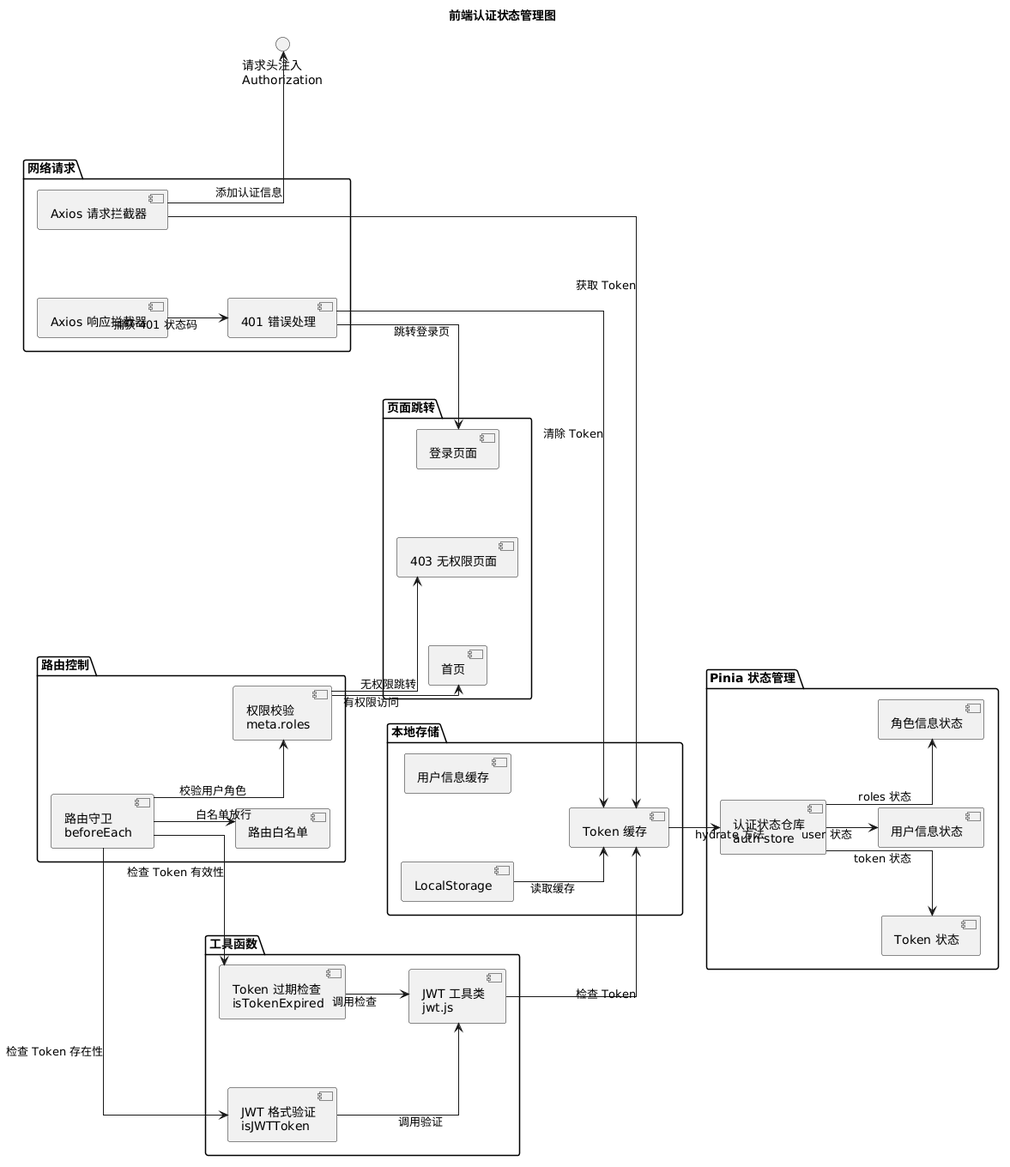
Before: docs/arch-frontend-auth.png, a diagram exported from PlantUML (RYELOBE/hmapp01).
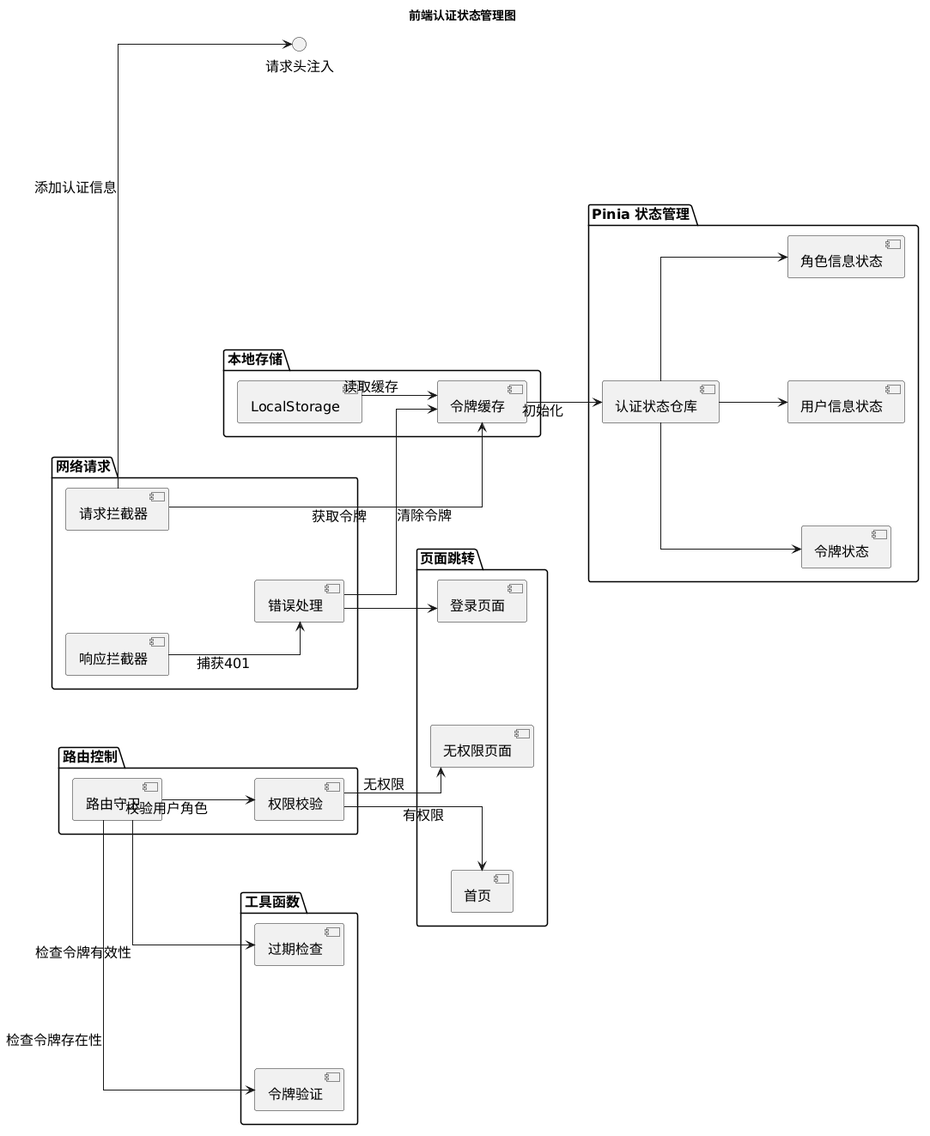
Above is the later version.

Diff of the diagram source:
```diff
@@ -2,70 +2,64 @@
 skinparam backgroundColor #FFFFFF
 skinparam shadowing false
 skinparam linetype ortho
-skinparam nodesep 80
-skinparam ranksep 60
+skinparam nodesep 120
+skinparam ranksep 80
+skinparam defaultFontSize 16
 left to right direction
 
 title 前端认证状态管理图
 
-package "Pinia 状态管理" {
-    [认证状态仓库\nauth store] as authStore
-    [Token 状态] as tokenState
-    [用户信息状态] as userState
-    [角色信息状态] as rolesState
-}
-
-package "本地存储" {
-    [LocalStorage] as storage
-    [Token 缓存] as tokenCache
-    [用户信息缓存] as userCache
-}
-
-package "工具函数" {
-    [JWT 格式验证\nisJWTToken] as validate
-    [Token 过期检查\nisTokenExpired] as expireCheck
-    [JWT 工具类\njwt.js] as jwtUtil
-}
-
-package "路由控制" {
-    [路由守卫\nbeforeEach] as guard
-    [路由白名单] as whitelist
-    [权限校验\nmeta.roles] as permission
-}
-
 package "网络请求" {
-    [Axios 请求拦截器] as reqInterceptor
-    [Axios 响应拦截器] as resInterceptor
-    [401 错误处理] as error401
+    [请求拦截器] as reqInterceptor
+    [响应拦截器] as resInterceptor
+    [错误处理] as error401
 }
 
 package "页面跳转" {
     [登录页面] as loginPage
     [首页] as homePage
-    [403 无权限页面] as forbiddenPage
+    [无权限页面] as forbiddenPage
 }
 
-authStore --> tokenState : token 状态
-authStore --> userState : user 状态
-authStore --> rolesState : roles 状态
+package "路由控制" {
+    [路由守卫] as guard
+    [权限校验] as permission
+}
+
+package "本地存储" {
+    [LocalStorage] as storage
+    [令牌缓存] as tokenCache
+}
+
+package "工具函数" {
+    [令牌验证] as validate
+    [过期检查] as expireCheck
+}
+
+package "Pinia 状态管理" {
+    [认证状态仓库] as authStore
+    [令牌状态] as tokenState
+    [用户信息状态] as userState
+    [角色信息状态] as rolesState
+}
+
+reqInterceptor --> tokenCache : 获取令牌
+reqInterceptor --> "请求头注入" : 添加认证信息
+
+resInterceptor --> error401 : 捕获401
+error401 --> tokenCache : 清除令牌
+error401 --> loginPage
+
+guard --> validate : 检查令牌存在性
+guard --> expireCheck : 检查令牌有效性
+guard --> permission : 校验用户角色
+permission --> homePage : 有权限
+permission --> forbiddenPage : 无权限
+
 storage --> tokenCache : 读取缓存
-tokenCache --> authStore : hydrate 方法
+tokenCache --> authStore : 初始化
 
-validate --> jwtUtil : 调用验证
-expireCheck --> jwtUtil : 调用检查
-jwtUtil --> tokenCache : 检查 Token
-
-guard --> whitelist : 白名单放行
-guard --> validate : 检查 Token 存在性
-guard --> expireCheck : 检查 Token 有效性
-guard --> permission : 校验用户角色
-permission --> homePage : 有权限访问
-permission --> forbiddenPage : 无权限跳转
-
-reqInterceptor --> tokenCache : 获取 Token
-reqInterceptor --> "请求头注入\nAuthorization" : 添加认证信息
-
-resInterceptor --> error401 : 捕获 401 状态码
-error401 --> tokenCache : 清除 Token
-error401 --> loginPage : 跳转登录页
+authStore --> tokenState
+authStore --> userState
+authStore --> rolesState
 @enduml
```
